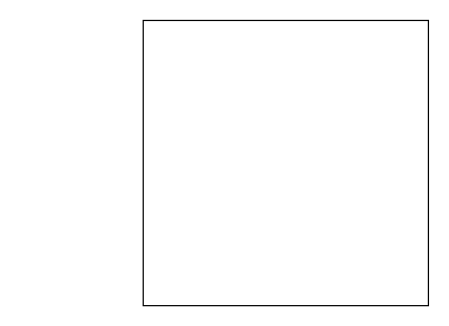
Earlier version of the draw.io diagram Диаграмма без названия.drawio (Rasb16/myfirstcontribution). Source tidied: cells renumbered, new cells numbered last; positions are measured from the earlier drawing's top-left corner, leaving out a move shared by most shapes. Both pictures are drawn from the tidied source at 124%, with x=0, y=0 at pixel (143, 20).
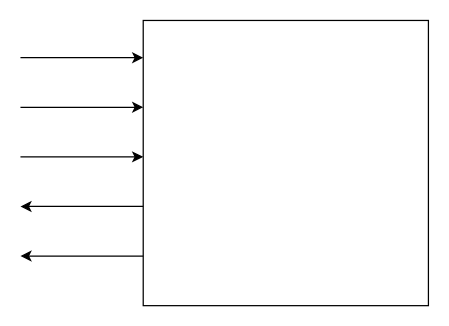
After the change.

What changed in the source:
```diff
@@
 <mxGraphModel>
   <root>
     <mxCell id="0" />
     <mxCell id="1" parent="0" />
     <mxCell id="2" style="whiteSpace=wrap;html=1;" parent="1" vertex="1">
       <mxGeometry width="230" height="230" as="geometry" />
     </mxCell>
+    <mxCell id="3" style="endArrow=classic;html=1;rounded=0;" parent="1" edge="1">
+      <mxGeometry relative="1" as="geometry">
+        <mxPoint x="-99" y="30" as="sourcePoint" />
+        <mxPoint y="30" as="targetPoint" />
+      </mxGeometry>
+    </mxCell>
+    <mxCell id="4" style="endArrow=classic;html=1;rounded=0;" parent="1" edge="1">
+      <mxGeometry relative="1" as="geometry">
+        <mxPoint x="-99" y="70" as="sourcePoint" />
+        <mxPoint y="70" as="targetPoint" />
+      </mxGeometry>
+    </mxCell>
+    <mxCell id="5" style="endArrow=classic;html=1;rounded=0;" parent="1" edge="1">
+      <mxGeometry relative="1" as="geometry">
+        <mxPoint x="-99" y="110" as="sourcePoint" />
+        <mxPoint y="110" as="targetPoint" />
+      </mxGeometry>
+    </mxCell>
+    <mxCell id="6" style="endArrow=classic;html=1;rounded=0;" parent="1" edge="1">
+      <mxGeometry relative="1" as="geometry">
+        <mxPoint y="150" as="sourcePoint" />
+        <mxPoint x="-99" y="150" as="targetPoint" />
+      </mxGeometry>
+    </mxCell>
+    <mxCell id="7" style="endArrow=classic;html=1;rounded=0;" parent="1" edge="1">
+      <mxGeometry relative="1" as="geometry">
+        <mxPoint y="190" as="sourcePoint" />
+        <mxPoint x="-99" y="190" as="targetPoint" />
+      </mxGeometry>
+    </mxCell>
   </root>
 </mxGraphModel>
```
